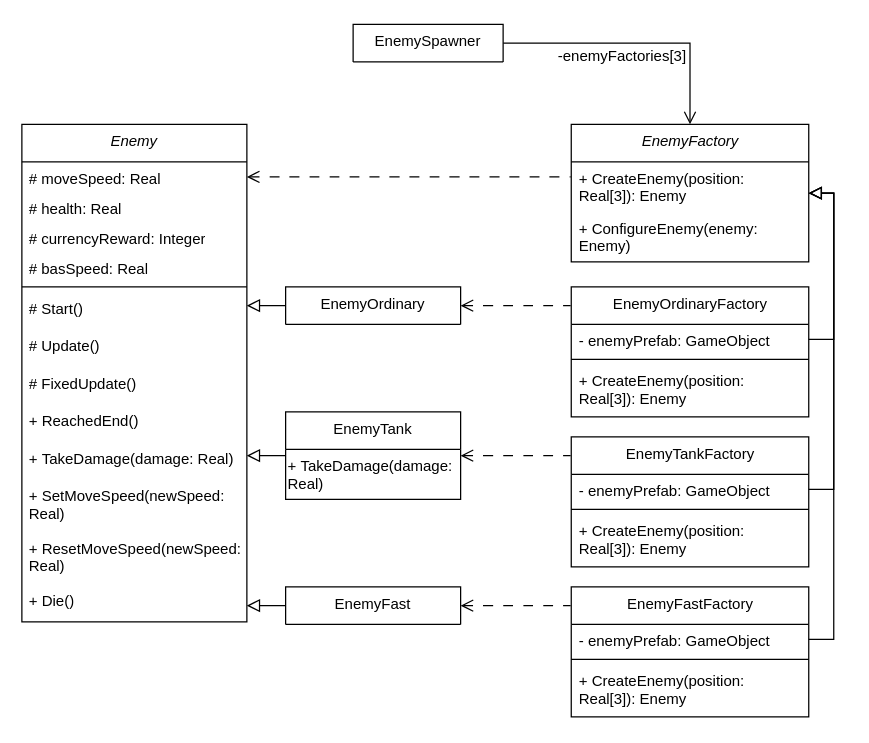
seanslinder/OOAD-2 keeps this draw.io diagram as page "Фабричный метод (Враги)" (2 of 2) of lab01/ClassDiagram.drawio. Above is the earlier version. Source tidied: cells renumbered, new cells numbered last; positions are measured from the earlier drawing's top-left corner, leaving out a move shared by most shapes. Both pictures are drawn from the tidied source at 125%, with x=0, y=0 at pixel (21, 24).
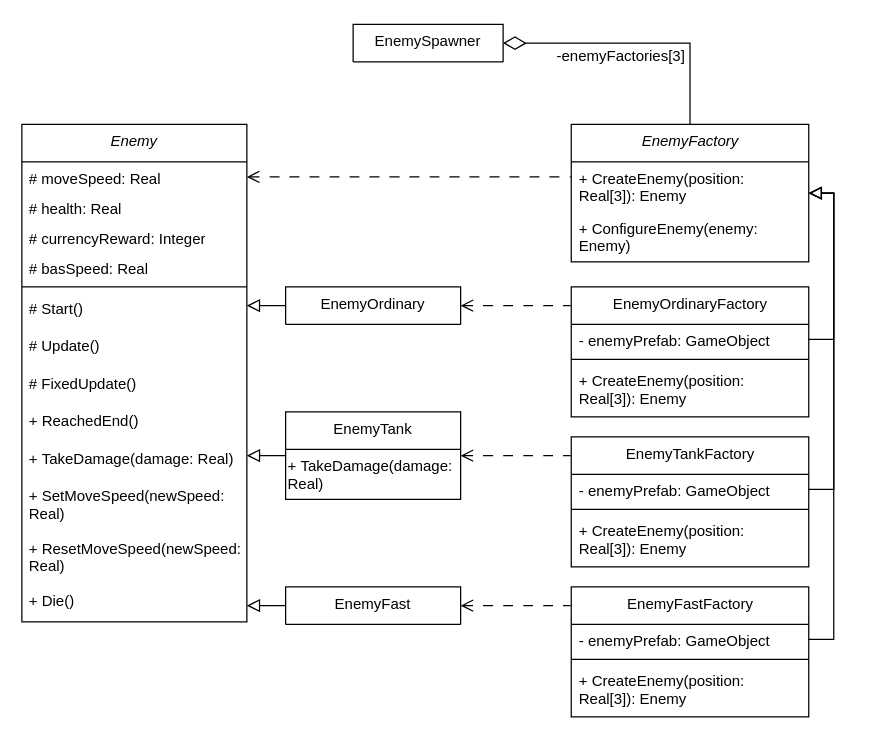
The same page after the edit.

The change refers to these unchanged cells:
```xml
<mxCell id="17" value="&lt;i style=&quot;font-weight: 400;&quot;&gt;Enemy&lt;/i&gt;&lt;span style=&quot;font-weight: normal;&quot;&gt;&lt;i&gt;Factory&lt;/i&gt;&lt;/span&gt;" style="swimlane;fontStyle=1;align=center;verticalAlign=top;horizontal=1;startSize=30;whiteSpace=wrap;html=1;" parent="1" vertex="1">
  <mxGeometry x="439.5" y="80" width="190" height="110" as="geometry" />
</mxCell>
<mxCell id="47" value="&lt;span style=&quot;font-weight: normal;&quot;&gt;EnemySpawner&lt;/span&gt;" style="swimlane;fontStyle=1;align=center;verticalAlign=top;horizontal=1;startSize=30;whiteSpace=wrap;html=1;" parent="1" vertex="1">
  <mxGeometry x="265" width="120" height="30" as="geometry" />
</mxCell>
```

What changed in the source:
```diff
@@
-    <mxCell id="45" style="edgeStyle=orthogonalEdgeStyle;rounded=0;jettySize=auto;html=1;entryX=0.5;entryY=0;entryDx=0;entryDy=0;fontSize=12;startSize=8;endSize=8;exitX=1;exitY=0.5;exitDx=0;exitDy=0;endArrow=open;endFill=0;" parent="1" edge="1" source="47" target="17">
+    <mxCell id="45" style="edgeStyle=orthogonalEdgeStyle;rounded=0;jettySize=auto;html=1;entryX=0.5;entryY=0;entryDx=0;entryDy=0;fontSize=12;startSize=16;endSize=8;exitX=1;exitY=0.5;exitDx=0;exitDy=0;endArrow=none;endFill=0;startArrow=diamondThin;startFill=0;" parent="1" edge="1" source="47" target="17">
       <mxGeometry relative="1" as="geometry" />
     </mxCell>
     <mxCell id="46" value="-enemyFactories[3]" style="edgeLabel;html=1;align=center;verticalAlign=middle;fontSize=12;" parent="45" vertex="1">
       <mxGeometry x="-0.66" y="-1" relative="1" as="geometry">
-        <mxPoint x="58" y="9" as="offset" />
+        <mxPoint x="57" y="9" as="offset" />
       </mxGeometry>
     </mxCell>
```
